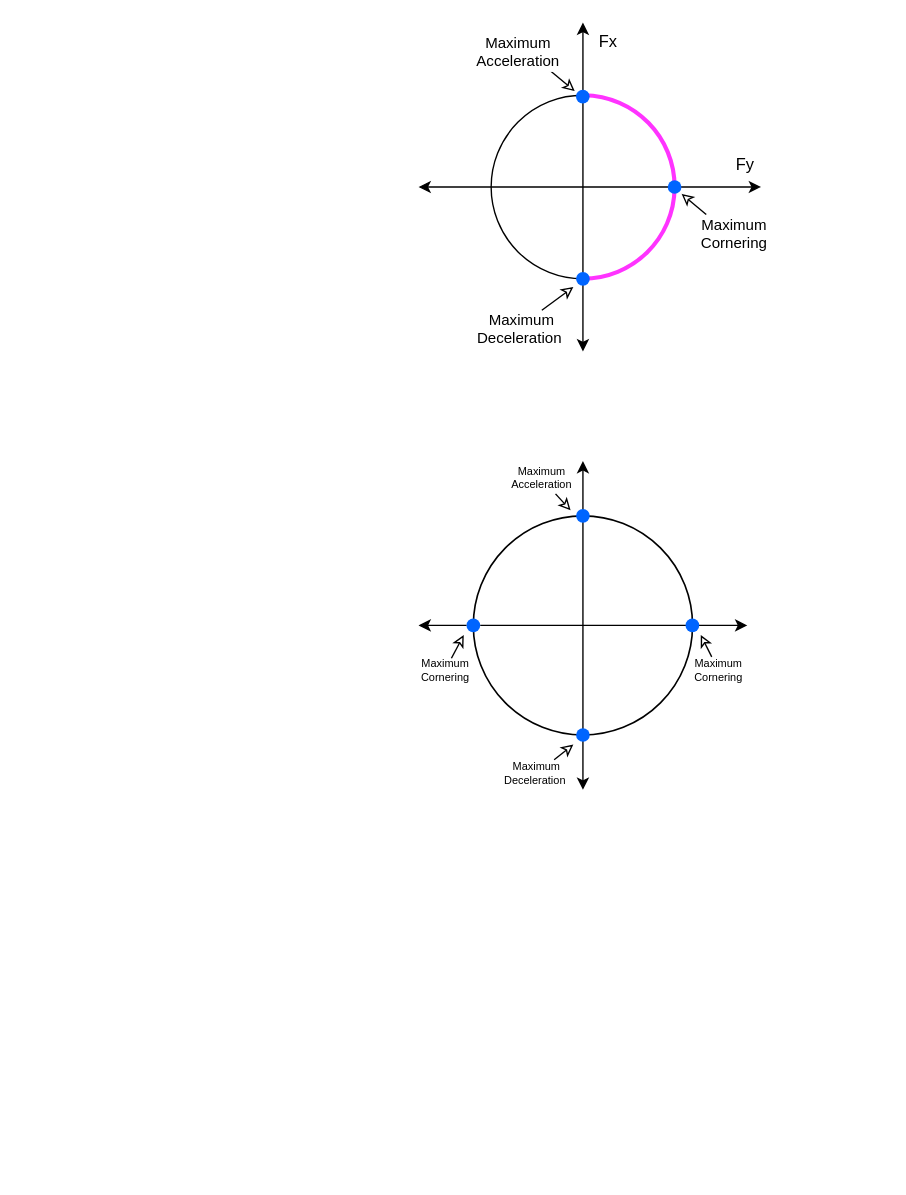
Earlier version of the draw.io diagram page "friction circle" (1 of 4) of 2022_MPC/Vehicle_Models.drawio (LimingGao/draw_io). Source tidied: cells renumbered, new cells numbered last; positions are measured from the earlier drawing's top-left corner, leaving out a move shared by most shapes. Both pictures are drawn from the tidied source at 137%, with x=0, y=0 at pixel (418, 22).
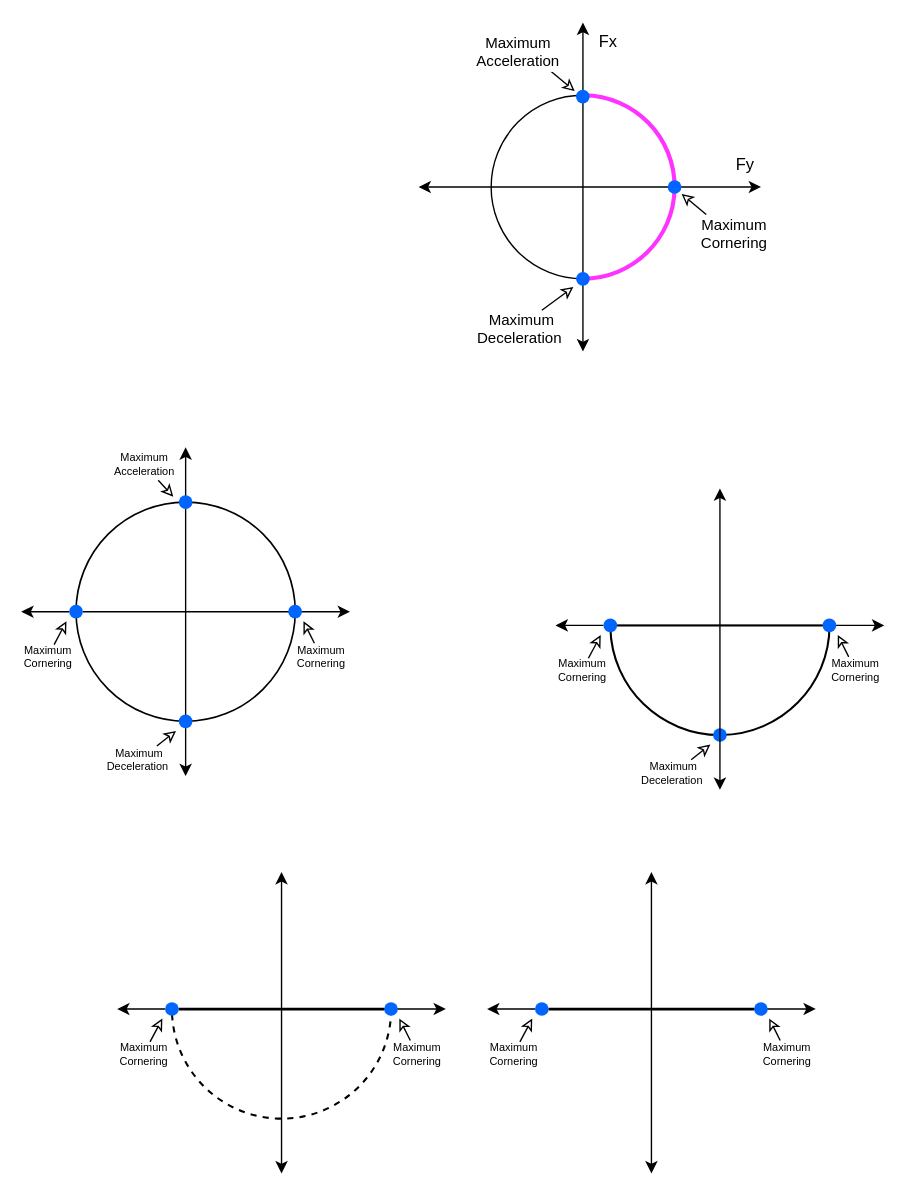
Above is the later version.

Diff of the diagram source:
```diff
@@
+    <mxCell id="33" style="verticalLabelPosition=bottom;verticalAlign=top;html=1;shape=mxgraph.basic.arc;startAngle=0.25;endAngle=0.7467523907558127;labelBackgroundColor=none;fontFamily=Times New Roman;fontSize=11;fontColor=#000000;strokeColor=#000000;strokeWidth=1.5;" parent="1" vertex="1">
+      <mxGeometry x="140" y="360" width="160" height="160" as="geometry" />
+    </mxCell>
@@
     <mxCell id="17" style="endArrow=classic;startArrow=none;labelBackgroundColor=none;" parent="1" edge="1" source="31">
       <mxGeometry relative="1" as="geometry">
-        <mxPoint x="240" y="440" as="targetPoint" />
+        <mxPoint x="-50" y="430" as="targetPoint" />
       </mxGeometry>
     </mxCell>
     <mxCell id="18" style="endArrow=classic;startArrow=classic;labelBackgroundColor=none;" parent="1" edge="1">
       <mxGeometry relative="1" as="geometry">
-        <mxPoint x="120" y="560" as="sourcePoint" />
-        <mxPoint x="120" y="320" as="targetPoint" />
+        <mxPoint x="-170" y="550" as="sourcePoint" />
+        <mxPoint x="-170" y="310" as="targetPoint" />
       </mxGeometry>
     </mxCell>
     <mxCell id="19" style="ellipse;fillColor=none;strokeColor=#000000;strokeWidth=1.2;labelBackgroundColor=none;" parent="1" vertex="1">
-      <mxGeometry x="40" y="360" width="160" height="160" as="geometry" />
+      <mxGeometry x="-250" y="350" width="160" height="160" as="geometry" />
     </mxCell>
     <mxCell id="20" style="shape=ellipse;fillColor=#0065FF;strokeColor=none;labelBackgroundColor=none;" parent="1" vertex="1">
-      <mxGeometry x="115" y="515" width="10" height="10" as="geometry" />
+      <mxGeometry x="-175" y="505" width="10" height="10" as="geometry" />
     </mxCell>
     <mxCell id="21" style="shape=ellipse;fillColor=#0065FF;strokeColor=none;labelBackgroundColor=none;" parent="1" vertex="1">
-      <mxGeometry x="194.9" y="435" width="10" height="10" as="geometry" />
+      <mxGeometry x="-95.1" y="425" width="10" height="10" as="geometry" />
     </mxCell>
     <mxCell id="22" style="shape=ellipse;fillColor=#0065FF;strokeColor=none;labelBackgroundColor=none;" parent="1" vertex="1">
-      <mxGeometry x="115" y="355" width="10" height="10" as="geometry" />
+      <mxGeometry x="-175" y="345" width="10" height="10" as="geometry" />
     </mxCell>
     <mxCell id="23" style="endArrow=classic;endFill=0;labelBackgroundColor=none;" parent="1" edge="1">
       <mxGeometry relative="1" as="geometry">
-        <mxPoint x="100" y="344" as="sourcePoint" />
-        <mxPoint x="111" y="356" as="targetPoint" />
+        <mxPoint x="-190" y="334" as="sourcePoint" />
+        <mxPoint x="-179" y="346" as="targetPoint" />
       </mxGeometry>
     </mxCell>
@@
     <mxCell id="25" style="endArrow=classic;endFill=0;labelBackgroundColor=none;" parent="1" edge="1">
       <mxGeometry relative="1" as="geometry">
-        <mxPoint x="99" y="538" as="sourcePoint" />
-        <mxPoint x="113" y="527" as="targetPoint" />
+        <mxPoint x="-191" y="528" as="sourcePoint" />
+        <mxPoint x="-177" y="517" as="targetPoint" />
       </mxGeometry>
     </mxCell>
@@
     <mxCell id="27" style="endArrow=classic;endFill=0;labelBackgroundColor=none;" parent="1" edge="1">
       <mxGeometry relative="1" as="geometry">
-        <mxPoint x="214" y="463" as="sourcePoint" />
-        <mxPoint x="206" y="447" as="targetPoint" />
+        <mxPoint x="-76" y="453" as="sourcePoint" />
+        <mxPoint x="-84" y="437" as="targetPoint" />
       </mxGeometry>
     </mxCell>
@@
     <mxCell id="29" style="endArrow=classic;endFill=0;labelBackgroundColor=none;" parent="1" edge="1">
       <mxGeometry relative="1" as="geometry">
-        <mxPoint x="24" y="464" as="sourcePoint" />
-        <mxPoint x="33" y="447" as="targetPoint" />
+        <mxPoint x="-266" y="454" as="sourcePoint" />
+        <mxPoint x="-257" y="437" as="targetPoint" />
       </mxGeometry>
     </mxCell>
@@
     <mxCell id="31" style="shape=ellipse;fillColor=#0065FF;strokeColor=none;labelBackgroundColor=none;" parent="1" vertex="1">
-      <mxGeometry x="35" y="435" width="10" height="10" as="geometry" />
+      <mxGeometry x="-255" y="425" width="10" height="10" as="geometry" />
     </mxCell>
     <mxCell id="32" style="endArrow=none;startArrow=classic;labelBackgroundColor=none;" parent="1" edge="1" target="31">
       <mxGeometry relative="1" as="geometry">
-        <mxPoint y="440" as="sourcePoint" />
+        <mxPoint x="-290" y="430" as="sourcePoint" />
       </mxGeometry>
     </mxCell>
+    <mxCell id="34" style="endArrow=classic;startArrow=none;labelBackgroundColor=none;" parent="1" edge="1" source="44">
+      <mxGeometry relative="1" as="geometry">
+        <mxPoint x="340" y="440" as="targetPoint" />
+      </mxGeometry>
+    </mxCell>
+    <mxCell id="35" style="shape=ellipse;fillColor=#0065FF;strokeColor=none;labelBackgroundColor=none;" parent="1" vertex="1">
+      <mxGeometry x="215" y="515" width="10" height="10" as="geometry" />
+    </mxCell>
+    <mxCell id="36" style="endArrow=classic;endFill=0;labelBackgroundColor=none;" parent="1" edge="1">
+      <mxGeometry relative="1" as="geometry">
+        <mxPoint x="199" y="538" as="sourcePoint" />
+        <mxPoint x="213" y="527" as="targetPoint" />
+      </mxGeometry>
+    </mxCell>
+    <mxCell id="37" value="Maximum &#10;Deceleration " style="edgeLabel;align=center;verticalAlign=middle;labelBackgroundColor=none;fontSize=8;" parent="36" vertex="1">
+      <mxGeometry x="-0.46" relative="1" as="geometry">
+        <mxPoint x="-17" y="13" as="offset" />
+      </mxGeometry>
+    </mxCell>
+    <mxCell id="38" style="endArrow=classic;endFill=0;labelBackgroundColor=none;" parent="1" edge="1">
+      <mxGeometry relative="1" as="geometry">
+        <mxPoint x="314" y="463" as="sourcePoint" />
+        <mxPoint x="306" y="447" as="targetPoint" />
+      </mxGeometry>
+    </mxCell>
+    <mxCell id="39" value="Maximum &#10;Cornering" style="edgeLabel;align=center;verticalAlign=middle;labelBackgroundColor=none;fontSize=8;" parent="38" vertex="1">
+      <mxGeometry x="-0.46" relative="1" as="geometry">
+        <mxPoint x="7" y="14" as="offset" />
+      </mxGeometry>
+    </mxCell>
+    <mxCell id="40" style="endArrow=classic;endFill=0;labelBackgroundColor=none;" parent="1" edge="1">
+      <mxGeometry relative="1" as="geometry">
+        <mxPoint x="124" y="464" as="sourcePoint" />
+        <mxPoint x="133" y="447" as="targetPoint" />
+      </mxGeometry>
+    </mxCell>
+    <mxCell id="41" value="Maximum &#10;Cornering" style="edgeLabel;align=center;verticalAlign=middle;labelBackgroundColor=none;fontSize=8;" parent="40" vertex="1">
+      <mxGeometry x="-0.46" relative="1" as="geometry">
+        <mxPoint x="-7" y="13" as="offset" />
+      </mxGeometry>
+    </mxCell>
+    <mxCell id="42" style="endArrow=none;startArrow=classic;labelBackgroundColor=none;" parent="1" edge="1" target="44">
+      <mxGeometry relative="1" as="geometry">
+        <mxPoint x="100" y="440" as="sourcePoint" />
+      </mxGeometry>
+    </mxCell>
+    <mxCell id="43" style="endArrow=classic;startArrow=classic;labelBackgroundColor=none;" parent="1" edge="1">
+      <mxGeometry relative="1" as="geometry">
+        <mxPoint x="220" y="560" as="sourcePoint" />
+        <mxPoint x="220" y="340" as="targetPoint" />
+      </mxGeometry>
+    </mxCell>
+    <mxCell id="44" style="shape=ellipse;fillColor=#0065FF;strokeColor=none;labelBackgroundColor=none;" parent="1" vertex="1">
+      <mxGeometry x="135" y="435" width="10" height="10" as="geometry" />
+    </mxCell>
+    <mxCell id="45" style="shape=ellipse;fillColor=#0065FF;strokeColor=none;labelBackgroundColor=none;" parent="1" vertex="1">
+      <mxGeometry x="294.9" y="435" width="10" height="10" as="geometry" />
+    </mxCell>
+    <mxCell id="46" style="endArrow=none;html=1;rounded=0;labelBackgroundColor=none;fontFamily=Times New Roman;fontSize=11;fontColor=#000000;strokeWidth=1.5;" parent="1" edge="1" source="44" target="45">
+      <mxGeometry relative="1" as="geometry" />
+    </mxCell>
+    <mxCell id="47" style="verticalLabelPosition=bottom;verticalAlign=top;html=1;shape=mxgraph.basic.arc;startAngle=0.25;endAngle=0.7467523907558127;labelBackgroundColor=none;fontFamily=Times New Roman;fontSize=11;fontColor=#000000;strokeColor=#000000;strokeWidth=1.5;dashed=1;" parent="1" vertex="1">
+      <mxGeometry x="-180" y="640" width="160" height="160" as="geometry" />
+    </mxCell>
+    <mxCell id="48" style="endArrow=classic;startArrow=none;labelBackgroundColor=none;" parent="1" edge="1" source="55">
+      <mxGeometry relative="1" as="geometry">
+        <mxPoint x="20" y="720" as="targetPoint" />
+      </mxGeometry>
+    </mxCell>
+    <mxCell id="49" style="endArrow=classic;endFill=0;labelBackgroundColor=none;" parent="1" edge="1">
+      <mxGeometry relative="1" as="geometry">
+        <mxPoint x="-6" y="743" as="sourcePoint" />
+        <mxPoint x="-14" y="727" as="targetPoint" />
+      </mxGeometry>
+    </mxCell>
+    <mxCell id="50" value="Maximum &#10;Cornering" style="edgeLabel;align=center;verticalAlign=middle;labelBackgroundColor=none;fontSize=8;" parent="49" vertex="1">
+      <mxGeometry x="-0.46" relative="1" as="geometry">
+        <mxPoint x="7" y="14" as="offset" />
+      </mxGeometry>
+    </mxCell>
+    <mxCell id="51" style="endArrow=classic;endFill=0;labelBackgroundColor=none;" parent="1" edge="1">
+      <mxGeometry relative="1" as="geometry">
+        <mxPoint x="-196" y="744" as="sourcePoint" />
+        <mxPoint x="-187" y="727" as="targetPoint" />
+      </mxGeometry>
+    </mxCell>
+    <mxCell id="52" value="Maximum &#10;Cornering" style="edgeLabel;align=center;verticalAlign=middle;labelBackgroundColor=none;fontSize=8;" parent="51" vertex="1">
+      <mxGeometry x="-0.46" relative="1" as="geometry">
+        <mxPoint x="-7" y="13" as="offset" />
+      </mxGeometry>
+    </mxCell>
+    <mxCell id="53" style="endArrow=none;startArrow=classic;labelBackgroundColor=none;" parent="1" edge="1" target="55">
+      <mxGeometry relative="1" as="geometry">
+        <mxPoint x="-220" y="720" as="sourcePoint" />
+      </mxGeometry>
+    </mxCell>
+    <mxCell id="54" style="endArrow=classic;startArrow=classic;labelBackgroundColor=none;" parent="1" edge="1">
+      <mxGeometry relative="1" as="geometry">
+        <mxPoint x="-100" y="840" as="sourcePoint" />
+        <mxPoint x="-100" y="620" as="targetPoint" />
+      </mxGeometry>
+    </mxCell>
+    <mxCell id="55" style="shape=ellipse;fillColor=#0065FF;strokeColor=none;labelBackgroundColor=none;" parent="1" vertex="1">
+      <mxGeometry x="-185" y="715" width="10" height="10" as="geometry" />
+    </mxCell>
+    <mxCell id="56" style="shape=ellipse;fillColor=#0065FF;strokeColor=none;labelBackgroundColor=none;" parent="1" vertex="1">
+      <mxGeometry x="-25.1" y="715" width="10" height="10" as="geometry" />
+    </mxCell>
+    <mxCell id="57" style="endArrow=none;html=1;rounded=0;labelBackgroundColor=none;fontFamily=Times New Roman;fontSize=11;fontColor=#000000;strokeWidth=2;" parent="1" edge="1" source="55" target="56">
+      <mxGeometry relative="1" as="geometry" />
+    </mxCell>
+    <mxCell id="58" style="endArrow=classic;startArrow=none;labelBackgroundColor=none;" parent="1" edge="1" source="65">
+      <mxGeometry relative="1" as="geometry">
+        <mxPoint x="290" y="720" as="targetPoint" />
+      </mxGeometry>
+    </mxCell>
+    <mxCell id="59" style="endArrow=classic;endFill=0;labelBackgroundColor=none;" parent="1" edge="1">
+      <mxGeometry relative="1" as="geometry">
+        <mxPoint x="264" y="743" as="sourcePoint" />
+        <mxPoint x="256" y="727" as="targetPoint" />
+      </mxGeometry>
+    </mxCell>
+    <mxCell id="60" value="Maximum &#10;Cornering" style="edgeLabel;align=center;verticalAlign=middle;labelBackgroundColor=none;fontSize=8;" parent="59" vertex="1">
+      <mxGeometry x="-0.46" relative="1" as="geometry">
+        <mxPoint x="7" y="14" as="offset" />
+      </mxGeometry>
+    </mxCell>
+    <mxCell id="61" style="endArrow=classic;endFill=0;labelBackgroundColor=none;" parent="1" edge="1">
+      <mxGeometry relative="1" as="geometry">
+        <mxPoint x="74" y="744" as="sourcePoint" />
+        <mxPoint x="83" y="727" as="targetPoint" />
+      </mxGeometry>
+    </mxCell>
+    <mxCell id="62" value="Maximum &#10;Cornering" style="edgeLabel;align=center;verticalAlign=middle;labelBackgroundColor=none;fontSize=8;" parent="61" vertex="1">
+      <mxGeometry x="-0.46" relative="1" as="geometry">
+        <mxPoint x="-7" y="13" as="offset" />
+      </mxGeometry>
+    </mxCell>
+    <mxCell id="63" style="endArrow=none;startArrow=classic;labelBackgroundColor=none;" parent="1" edge="1" target="65">
+      <mxGeometry relative="1" as="geometry">
+        <mxPoint x="50" y="720" as="sourcePoint" />
+      </mxGeometry>
+    </mxCell>
+    <mxCell id="64" style="endArrow=classic;startArrow=classic;labelBackgroundColor=none;" parent="1" edge="1">
+      <mxGeometry relative="1" as="geometry">
+        <mxPoint x="170" y="840" as="sourcePoint" />
+        <mxPoint x="170" y="620" as="targetPoint" />
+      </mxGeometry>
+    </mxCell>
+    <mxCell id="65" style="shape=ellipse;fillColor=#0065FF;strokeColor=none;labelBackgroundColor=none;" parent="1" vertex="1">
+      <mxGeometry x="85" y="715" width="10" height="10" as="geometry" />
+    </mxCell>
+    <mxCell id="66" style="shape=ellipse;fillColor=#0065FF;strokeColor=none;labelBackgroundColor=none;" parent="1" vertex="1">
+      <mxGeometry x="244.9" y="715" width="10" height="10" as="geometry" />
+    </mxCell>
+    <mxCell id="67" style="endArrow=none;html=1;rounded=0;labelBackgroundColor=none;fontFamily=Times New Roman;fontSize=11;fontColor=#000000;strokeWidth=2;" parent="1" edge="1" source="65" target="66">
+      <mxGeometry relative="1" as="geometry" />
+    </mxCell>
```
